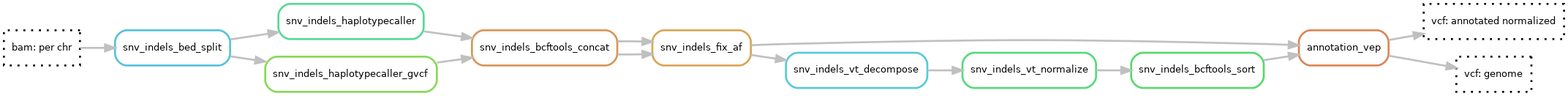
This is docs/includes/images/snv_indels.png from clinical-genomics-uppsala/marple_rd_tc, a Graphviz export, as it was before one commit. Its source is kept beside it as docs/includes/images/snv_indels.dot. The source it was exported from:
```dot
digraph snakemake_dag {
	rankdir=LR;
    graph[bgcolor=white, margin=0];
    node[shape=box, style=rounded, fontname=sans,                 fontsize=10, penwidth=2];
    edge[penwidth=2, color=grey];
	0[label = "bam: per chr", color = "0.0 0.0 0.0", style="dotted"];
	1[label = "vcf: annotated normalized", color = "0.0 0.0 0.0", style="dotted"];
	2[label = "vcf: genome", color = "0.0 0.0 0.0", style="dotted"];
	3[label = "annotation_vep", color = "0.06 0.6 0.85", style="rounded"];
	4[label = "snv_indels_bcftools_sort", color = "0.36 0.6 0.85", style="rounded"];
	6[label = "snv_indels_vt_normalize", color = "0.38 0.6 0.85", style="rounded"];
	7[label = "snv_indels_vt_decompose", color = "0.52 0.6 0.85", style="rounded"];
	8[label = "snv_indels_fix_af", color = "0.10 0.6 0.85", style="rounded"];
	9[label = "snv_indels_bcftools_concat", color = "0.08 0.6 0.85", style="rounded"];
	10[label = "snv_indels_haplotypecaller", color = "0.41 0.6 0.85", style="rounded"];
	12[label = "snv_indels_bed_split", color = "0.53 0.6 0.85", style="rounded"];
	11[label = "snv_indels_haplotypecaller_gvcf", color = "0.27 0.6 0.85", style="rounded"];

	0 -> 12
	12 -> 10
	10 -> 9
	9 -> 8
	8 -> 7
	7 -> 6
	6 -> 4
	4 -> 3
	3 -> 1
	12 -> 11
	11 -> 9
	9 -> 8
	8 -> 3
	3 -> 2
}
```
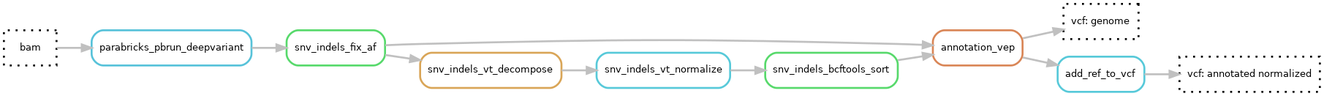
The same file after the commit.

What changed in the source:
```diff
@@ -3,30 +3,24 @@
     graph[bgcolor=white, margin=0];
     node[shape=box, style=rounded, fontname=sans,                 fontsize=10, penwidth=2];
     edge[penwidth=2, color=grey];
-	0[label = "bam: per chr", color = "0.0 0.0 0.0", style="dotted"];
+	0[label = "bam", color = "0.0 0.0 0.0", style="dotted"];
 	1[label = "vcf: annotated normalized", color = "0.0 0.0 0.0", style="dotted"];
 	2[label = "vcf: genome", color = "0.0 0.0 0.0", style="dotted"];
 	3[label = "annotation_vep", color = "0.06 0.6 0.85", style="rounded"];
-	4[label = "snv_indels_bcftools_sort", color = "0.36 0.6 0.85", style="rounded"];
-	6[label = "snv_indels_vt_normalize", color = "0.38 0.6 0.85", style="rounded"];
-	7[label = "snv_indels_vt_decompose", color = "0.52 0.6 0.85", style="rounded"];
-	8[label = "snv_indels_fix_af", color = "0.10 0.6 0.85", style="rounded"];
-	9[label = "snv_indels_bcftools_concat", color = "0.08 0.6 0.85", style="rounded"];
-	10[label = "snv_indels_haplotypecaller", color = "0.41 0.6 0.85", style="rounded"];
-	12[label = "snv_indels_bed_split", color = "0.53 0.6 0.85", style="rounded"];
-	11[label = "snv_indels_haplotypecaller_gvcf", color = "0.27 0.6 0.85", style="rounded"];
+	4[label = "add_ref_to_vcf", color = "0.52 0.6 0.85", style="rounded"];
+	5[label = "snv_indels_bcftools_sort", color = "0.36 0.6 0.85", style="rounded"];
+	6[label = "snv_indels_vt_normalize", color = "0.52 0.6 0.85", style="rounded"];
+	7[label = "snv_indels_vt_decompose", color = "0.10 0.6 0.85", style="rounded"];
+	8[label = "snv_indels_fix_af", color = "0.36 0.6 0.85", style="rounded"];
+	9[label = "parabricks_pbrun_deepvariant", color = "0.53 0.6 0.85", style="rounded"];
 
-	0 -> 12
-	12 -> 10
-	10 -> 9
-	9 -> 8
+	0 -> 9
 	8 -> 7
 	7 -> 6
-	6 -> 4
-	4 -> 3
-	3 -> 1
-	12 -> 11
-	11 -> 9
+	6 -> 5
+	5 -> 3
+	3 -> 4
+	4 -> 1
 	9 -> 8
 	8 -> 3
 	3 -> 2
```
